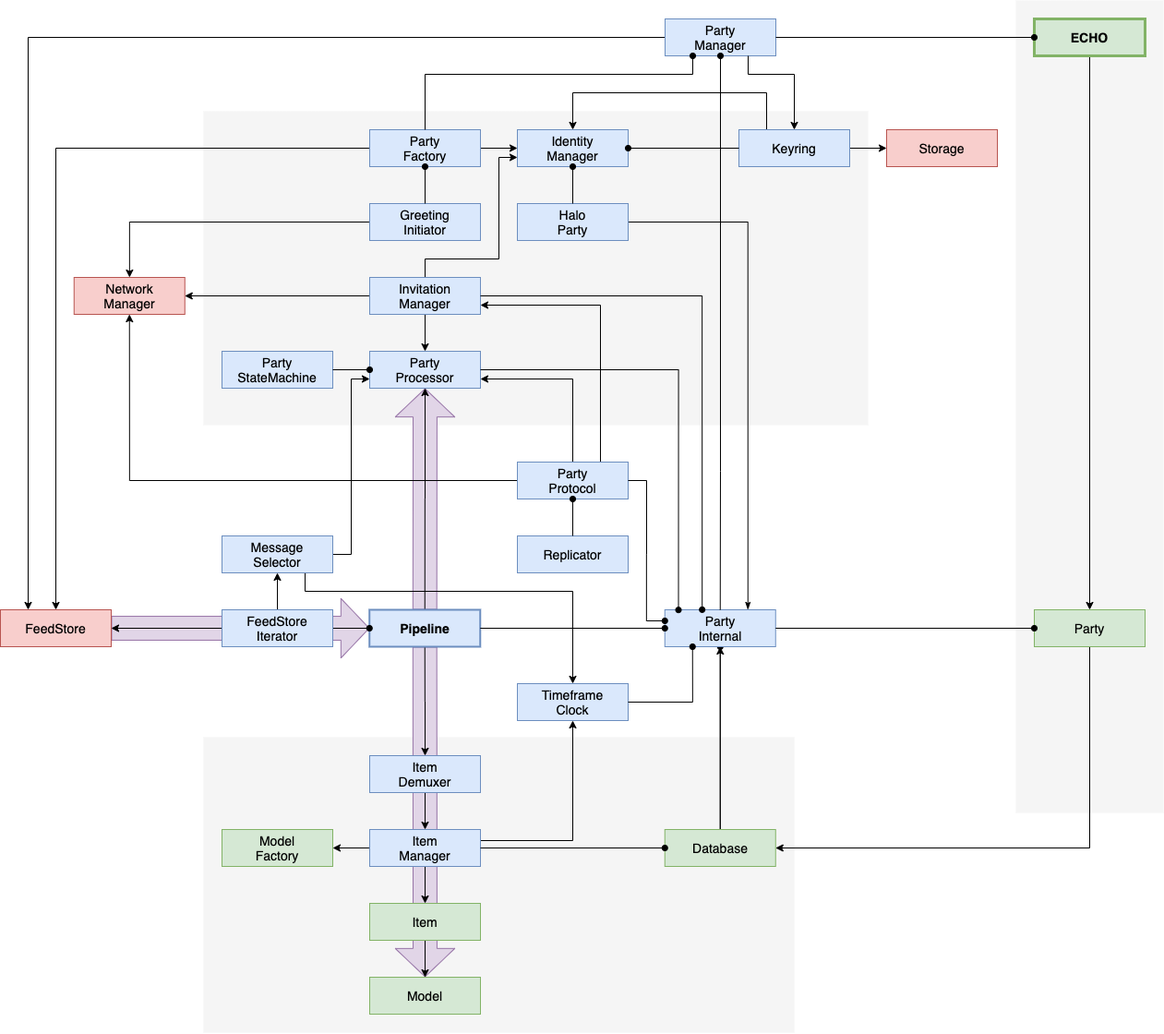
dxos/echo keeps this draw.io diagram as docs/content/diagrams/data-processing-2.png. Above is the earlier version. Source tidied: cells renumbered, new cells last; positions are measured from the earlier drawing's top-left corner, leaving out a move shared by most shapes.
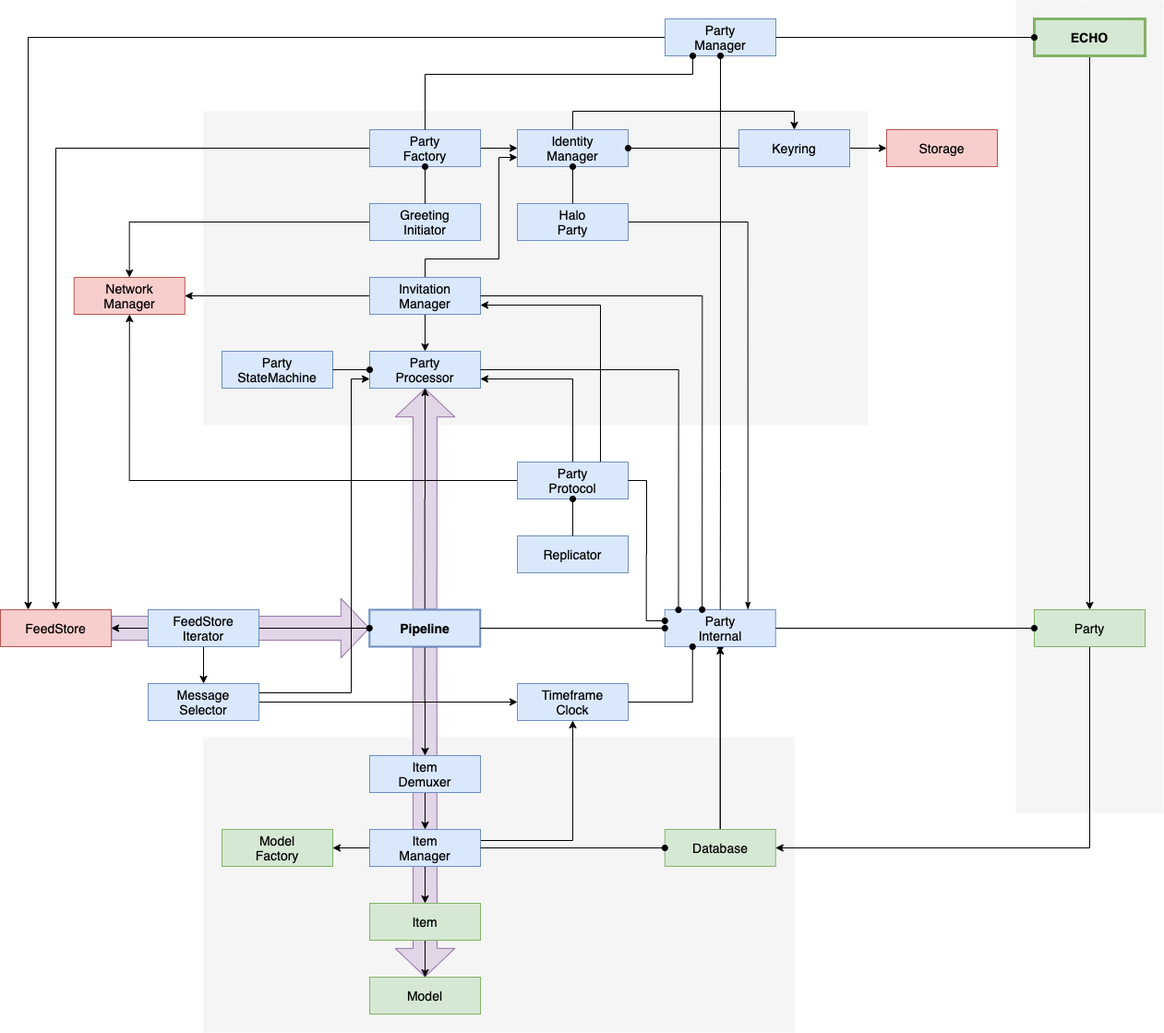
The same diagram one commit later.

The edit, as a diff of the source:
```diff
@@ -25,13 +25,8 @@
     <mxCell id="8" style="edgeStyle=orthogonalEdgeStyle;rounded=0;jettySize=auto;html=1;exitX=0;exitY=0.5;exitDx=0;exitDy=0;entryX=0.25;entryY=0;entryDx=0;entryDy=0;" parent="1" edge="1" source="10" target="61">
       <mxGeometry relative="1" as="geometry" />
     </mxCell>
-    <mxCell id="9" style="edgeStyle=orthogonalEdgeStyle;rounded=0;jettySize=auto;html=1;exitX=0.25;exitY=0;exitDx=0;exitDy=0;entryX=0.5;entryY=0;entryDx=0;entryDy=0;" parent="1" edge="1" source="63" target="25">
-      <mxGeometry relative="1" as="geometry">
-        <Array as="points">
-          <mxPoint x="830" y="100" />
-          <mxPoint x="620" y="100" />
-        </Array>
-      </mxGeometry>
+    <mxCell id="9" style="edgeStyle=orthogonalEdgeStyle;rounded=0;jettySize=auto;html=1;exitX=0.5;exitY=0;exitDx=0;exitDy=0;entryX=0.5;entryY=0;entryDx=0;entryDy=0;" parent="1" edge="1" source="25" target="63">
+      <mxGeometry relative="1" as="geometry" />
     </mxCell>
     <mxCell id="10" value="Party&lt;br&gt;Manager" style="rounded=0;whiteSpace=wrap;html=1;fontSize=14;fontFamily=Helvetica;fillColor=#dae8fc;strokeColor=#6c8ebf;fontStyle=0;strokeWidth=1;" parent="1" vertex="1">
       <mxGeometry x="720" y="20" width="120" height="40" as="geometry" />
@@ -151,7 +146,7 @@
     <mxCell id="42" style="edgeStyle=orthogonalEdgeStyle;rounded=0;jettySize=auto;html=1;exitX=0;exitY=0.5;exitDx=0;exitDy=0;" parent="1" edge="1" source="80" target="61">
       <mxGeometry relative="1" as="geometry" />
     </mxCell>
-    <mxCell id="43" style="edgeStyle=orthogonalEdgeStyle;rounded=0;jettySize=auto;html=1;exitX=0.5;exitY=0;exitDx=0;exitDy=0;endArrow=classic;" parent="1" edge="1" source="80" target="57">
+    <mxCell id="43" style="edgeStyle=orthogonalEdgeStyle;rounded=0;jettySize=auto;html=1;exitX=0.5;exitY=1;exitDx=0;exitDy=0;endArrow=classic;" parent="1" edge="1" source="80" target="57">
       <mxGeometry relative="1" as="geometry" />
     </mxCell>
     <mxCell id="44" style="edgeStyle=orthogonalEdgeStyle;rounded=0;jettySize=auto;html=1;exitX=0.5;exitY=1;exitDx=0;exitDy=0;entryX=0.5;entryY=0;entryDx=0;entryDy=0;" parent="1" edge="1" source="45" target="62">
@@ -187,19 +182,19 @@
     <mxCell id="54" style="edgeStyle=orthogonalEdgeStyle;rounded=0;orthogonalLoop=1;jettySize=auto;html=1;exitX=0.5;exitY=1;exitDx=0;exitDy=0;" parent="1" edge="1" source="63" target="63">
       <mxGeometry relative="1" as="geometry" />
     </mxCell>
-    <mxCell id="55" style="edgeStyle=orthogonalEdgeStyle;rounded=0;jettySize=auto;html=1;exitX=0.75;exitY=1;exitDx=0;exitDy=0;entryX=0.5;entryY=0;entryDx=0;entryDy=0;" parent="1" edge="1" source="57" target="24">
-      <mxGeometry relative="1" as="geometry">
-        <Array as="points">
-          <mxPoint x="330" y="640" />
-          <mxPoint x="620" y="640" />
-        </Array>
-      </mxGeometry>
+    <mxCell id="55" style="edgeStyle=orthogonalEdgeStyle;rounded=0;jettySize=auto;html=1;exitX=1;exitY=0.5;exitDx=0;exitDy=0;entryX=0;entryY=0.5;entryDx=0;entryDy=0;" parent="1" edge="1" source="57" target="24">
+      <mxGeometry relative="1" as="geometry" />
     </mxCell>
-    <mxCell id="56" style="edgeStyle=orthogonalEdgeStyle;rounded=0;jettySize=auto;html=1;exitX=1;exitY=0.5;exitDx=0;exitDy=0;entryX=0;entryY=0.75;entryDx=0;entryDy=0;" parent="1" edge="1" source="57" target="22">
-      <mxGeometry relative="1" as="geometry" />
+    <mxCell id="56" style="edgeStyle=orthogonalEdgeStyle;rounded=0;jettySize=auto;html=1;exitX=1;exitY=0.25;exitDx=0;exitDy=0;entryX=0;entryY=0.75;entryDx=0;entryDy=0;" parent="1" edge="1" source="57" target="22">
+      <mxGeometry relative="1" as="geometry">
+        <Array as="points">
+          <mxPoint x="380" y="750" />
+          <mxPoint x="380" y="410" />
+        </Array>
+      </mxGeometry>
     </mxCell>
     <mxCell id="57" value="Message&lt;br&gt;Selector" style="rounded=0;whiteSpace=wrap;html=1;fontSize=14;fontFamily=Helvetica;fillColor=#dae8fc;strokeColor=#6c8ebf;fontStyle=0;strokeWidth=1;" parent="1" vertex="1">
-      <mxGeometry x="240" y="580" width="120" height="40" as="geometry" />
+      <mxGeometry x="160" y="740" width="120" height="40" as="geometry" />
     </mxCell>
     <mxCell id="58" value="Replicator" style="rounded=0;whiteSpace=wrap;html=1;fontSize=14;fontFamily=Helvetica;fillColor=#dae8fc;strokeColor=#6c8ebf;fontStyle=0;strokeWidth=1;" parent="1" vertex="1">
       <mxGeometry x="560" y="580" width="120" height="40" as="geometry" />
@@ -219,14 +214,6 @@
     <mxCell id="63" value="Keyring" style="rounded=0;whiteSpace=wrap;html=1;fontSize=14;fontFamily=Helvetica;fillColor=#dae8fc;strokeColor=#6c8ebf;fontStyle=0;strokeWidth=1;" parent="1" vertex="1">
       <mxGeometry x="800" y="140" width="120" height="40" as="geometry" />
     </mxCell>
-    <mxCell id="64" style="edgeStyle=orthogonalEdgeStyle;rounded=0;jettySize=auto;html=1;exitX=0.75;exitY=1;exitDx=0;exitDy=0;" parent="1" edge="1" source="10" target="63">
-      <mxGeometry relative="1" as="geometry">
-        <Array as="points">
-          <mxPoint x="810" y="80" />
-          <mxPoint x="860" y="80" />
-        </Array>
-      </mxGeometry>
-    </mxCell>
     <mxCell id="65" style="edgeStyle=orthogonalEdgeStyle;rounded=0;jettySize=auto;html=1;exitX=0.25;exitY=1;exitDx=0;exitDy=0;strokeWidth=1;endFill=0;endArrow=none;startFill=1;startArrow=oval;" parent="1" edge="1" source="10" target="33">
       <mxGeometry relative="1" as="geometry">
         <Array as="points">
@@ -283,7 +270,7 @@
       <mxGeometry relative="1" as="geometry" />
     </mxCell>
     <mxCell id="80" value="FeedStore&lt;br&gt;Iterator" style="rounded=0;whiteSpace=wrap;html=1;fontSize=14;fontFamily=Helvetica;fillColor=#dae8fc;strokeColor=#6c8ebf;fontStyle=0;strokeWidth=1;" parent="1" vertex="1">
-      <mxGeometry x="240" y="660" width="120" height="40" as="geometry" />
+      <mxGeometry x="160" y="660" width="120" height="40" as="geometry" />
     </mxCell>
   </root>
 </mxGraphModel>
```
